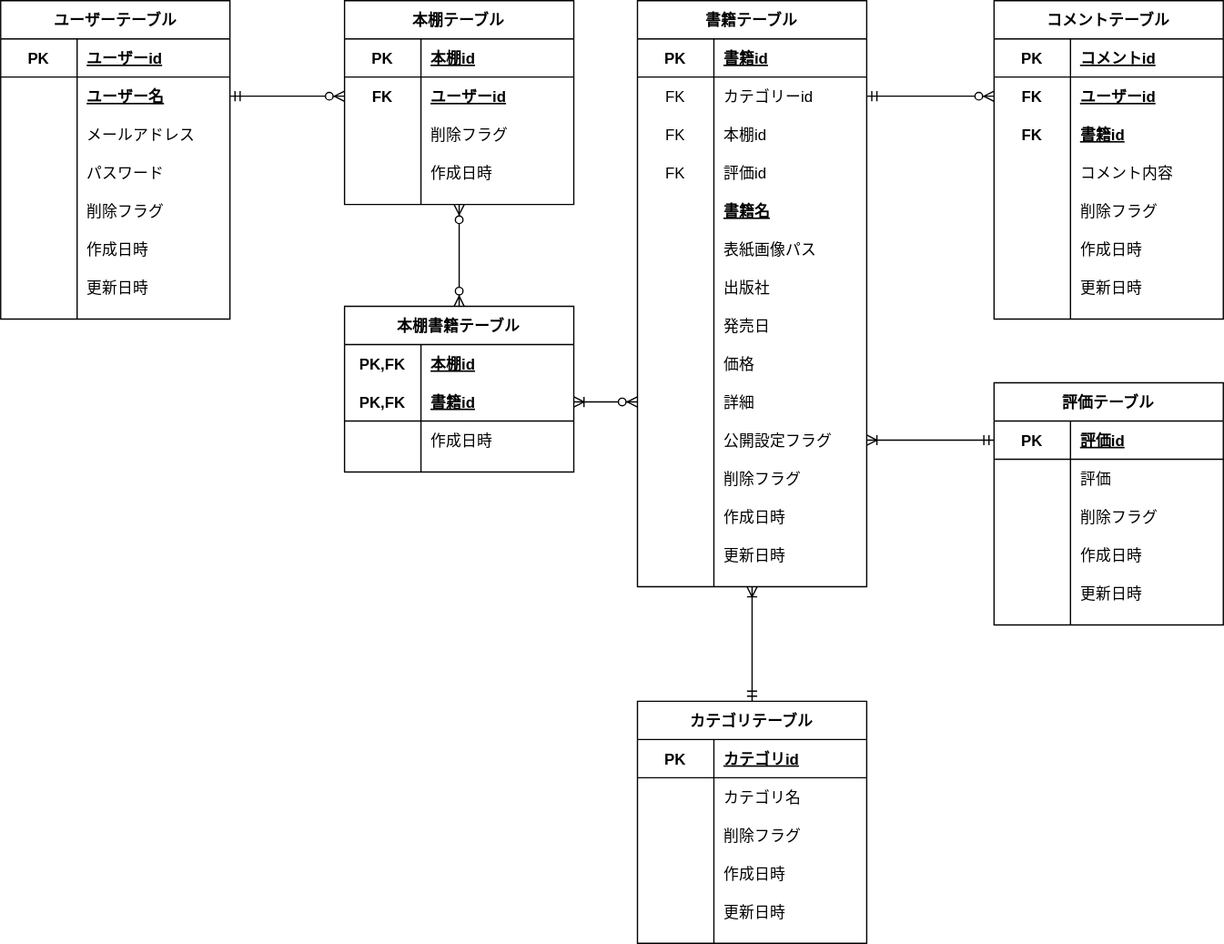
Before: ERdiagram.drawio.svg, a diagram exported from draw.io (takumi98/EngineerBookshelf). Source tidied: cells renumbered, new cells last; positions are measured from the earlier drawing's top-left corner, leaving out a move shared by most shapes.
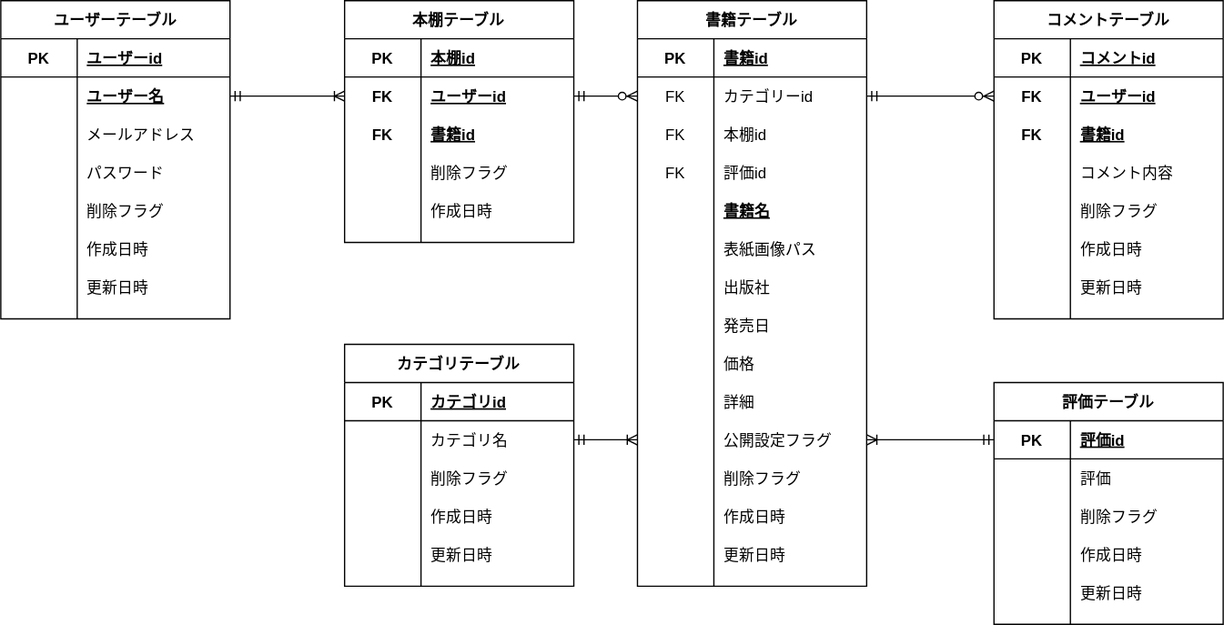
After the change.

Commit message:
[update]本棚書籍テーブルを削除

What changed in the source:
```diff
@@ -264,7 +264,7 @@
       <mxGeometry x="60" width="120" height="30" as="geometry" />
     </mxCell>
     <mxCell id="89" value="カテゴリテーブル" style="shape=table;startSize=30;rowLines=0;fontStyle=1;align=center;" parent="1" vertex="1">
-      <mxGeometry x="500" y="550" width="180" height="190" as="geometry" />
+      <mxGeometry x="270" y="270" width="180" height="190" as="geometry" />
     </mxCell>
     <mxCell id="90" style="shape=partialRectangle;fillColor=none;top=0;left=0;bottom=0;right=0;" parent="89" vertex="1">
       <mxGeometry y="30" width="180" height="30" as="geometry" />
@@ -316,14 +316,11 @@
         <mxPoint x="780" y="75" as="sourcePoint" />
       </mxGeometry>
     </mxCell>
-    <mxCell id="106" style="edgeStyle=orthogonalEdgeStyle;rounded=0;jettySize=auto;html=1;exitX=0.5;exitY=0;exitDx=0;exitDy=0;entryX=0.5;entryY=1;entryDx=0;entryDy=0;startArrow=ERmandOne;startFill=0;endArrow=ERoneToMany;endFill=0;" parent="1" edge="1" source="89" target="24">
+    <mxCell id="106" style="edgeStyle=orthogonalEdgeStyle;rounded=0;jettySize=auto;html=1;exitX=1;exitY=0.5;exitDx=0;exitDy=0;entryX=0;entryY=0.5;entryDx=0;entryDy=0;startArrow=ERmandOne;startFill=0;endArrow=ERoneToMany;endFill=0;" parent="1" edge="1" source="93" target="55">
       <mxGeometry relative="1" as="geometry" />
     </mxCell>
-    <mxCell id="107" style="edgeStyle=orthogonalEdgeStyle;rounded=0;jettySize=auto;html=1;exitX=0.5;exitY=1;exitDx=0;exitDy=0;startArrow=ERzeroToMany;startFill=1;endArrow=ERzeroToMany;endFill=1;" parent="1" edge="1" source="108" target="139">
-      <mxGeometry relative="1" as="geometry" />
-    </mxCell>
     <mxCell id="108" value="本棚テーブル" style="shape=table;startSize=30;rowLines=0;fontStyle=1;align=center;" parent="1" vertex="1">
-      <mxGeometry x="270" width="180" height="160" as="geometry" />
+      <mxGeometry x="270" width="180" height="190" as="geometry" />
     </mxCell>
     <mxCell id="109" style="shape=partialRectangle;fillColor=none;top=0;left=0;bottom=1;right=0;" parent="108" vertex="1">
       <mxGeometry y="30" width="180" height="30" as="geometry" />
@@ -343,8 +340,17 @@
     <mxCell id="114" value="ユーザーid" style="shape=partialRectangle;fillColor=none;top=0;left=0;bottom=0;right=0;align=left;spacingLeft=6;fontStyle=5;overflow=hidden;" parent="112" vertex="1">
       <mxGeometry x="60" width="120" height="30" as="geometry" />
     </mxCell>
+    <mxCell id="146" style="shape=partialRectangle;fillColor=none;top=0;left=0;bottom=0;right=0;" parent="108" vertex="1">
+      <mxGeometry y="90" width="180" height="30" as="geometry" />
+    </mxCell>
+    <mxCell id="150" value="FK" style="shape=partialRectangle;fillColor=none;top=0;left=0;bottom=0;right=0;fontStyle=1;overflow=hidden;" parent="146" vertex="1">
+      <mxGeometry width="60" height="30" as="geometry" />
+    </mxCell>
+    <mxCell id="145" value="書籍id" style="shape=partialRectangle;fillColor=none;top=0;left=0;bottom=0;right=0;align=left;spacingLeft=6;fontStyle=5;overflow=hidden;" parent="146" vertex="1">
+      <mxGeometry x="60" width="120" height="30" as="geometry" />
+    </mxCell>
     <mxCell id="115" style="shape=partialRectangle;fillColor=none;top=0;left=0;bottom=0;right=0;" parent="108" vertex="1">
-      <mxGeometry y="90" width="180" height="30" as="geometry" />
+      <mxGeometry y="120" width="180" height="30" as="geometry" />
     </mxCell>
     <mxCell id="116" style="shape=partialRectangle;fillColor=none;top=0;left=0;bottom=0;right=0;overflow=hidden;" parent="115" vertex="1">
       <mxGeometry width="60" height="30" as="geometry" />
@@ -353,7 +359,7 @@
       <mxGeometry x="60" width="120" height="30" as="geometry" />
     </mxCell>
     <mxCell id="118" style="shape=partialRectangle;fillColor=none;top=0;left=0;bottom=0;right=0;" parent="108" vertex="1">
-      <mxGeometry y="120" width="180" height="30" as="geometry" />
+      <mxGeometry y="150" width="180" height="30" as="geometry" />
     </mxCell>
     <mxCell id="119" style="shape=partialRectangle;fillColor=none;top=0;left=0;bottom=0;right=0;overflow=hidden;" parent="118" vertex="1">
       <mxGeometry width="60" height="30" as="geometry" />
@@ -412,43 +418,15 @@
     <mxCell id="137" style="edgeStyle=orthogonalEdgeStyle;rounded=0;jettySize=auto;html=1;exitX=0;exitY=0.5;exitDx=0;exitDy=0;startArrow=ERmandOne;startFill=0;endArrow=ERoneToMany;endFill=0;entryX=1;entryY=0.5;entryDx=0;entryDy=0;" parent="1" edge="1" source="122" target="55">
       <mxGeometry relative="1" as="geometry" />
     </mxCell>
-    <mxCell id="138" style="edgeStyle=orthogonalEdgeStyle;rounded=0;jettySize=auto;html=1;exitX=0;exitY=0.5;exitDx=0;exitDy=0;entryX=1;entryY=0.5;entryDx=0;entryDy=0;startArrow=ERzeroToMany;startFill=1;endArrow=ERmandOne;endFill=0;" parent="1" edge="1" source="112">
+    <mxCell id="138" style="edgeStyle=orthogonalEdgeStyle;rounded=0;jettySize=auto;html=1;exitX=0;exitY=0.5;exitDx=0;exitDy=0;entryX=1;entryY=0.5;entryDx=0;entryDy=0;startArrow=ERoneToMany;startFill=0;endArrow=ERmandOne;endFill=0;" parent="1" edge="1" source="112">
       <mxGeometry relative="1" as="geometry">
         <mxPoint x="180" y="75" as="targetPoint" />
       </mxGeometry>
     </mxCell>
-    <mxCell id="139" value="本棚書籍テーブル" style="shape=table;startSize=30;rowLines=0;fontStyle=1;align=center;" parent="1" vertex="1">
-      <mxGeometry x="270" y="240" width="180" height="130" as="geometry" />
-    </mxCell>
-    <mxCell id="140" style="shape=partialRectangle;fillColor=none;top=0;left=0;bottom=0;right=0;" parent="139" vertex="1">
-      <mxGeometry y="30" width="180" height="30" as="geometry" />
-    </mxCell>
-    <mxCell id="141" value="PK,FK" style="shape=partialRectangle;fillColor=none;top=0;left=0;bottom=0;right=0;fontStyle=1;overflow=hidden;" parent="140" vertex="1">
-      <mxGeometry width="60" height="30" as="geometry" />
-    </mxCell>
-    <mxCell id="142" value="本棚id" style="shape=partialRectangle;fillColor=none;top=0;left=0;bottom=0;right=0;align=left;spacingLeft=6;fontStyle=5;overflow=hidden;" parent="140" vertex="1">
-      <mxGeometry x="60" width="120" height="30" as="geometry" />
-    </mxCell>
-    <mxCell id="143" style="shape=partialRectangle;fillColor=none;top=0;left=0;bottom=1;right=0;points=[[0,0.5],[1,0.5]];portConstraint=eastwest;" parent="139" vertex="1">
-      <mxGeometry y="60" width="180" height="30" as="geometry" />
-    </mxCell>
-    <mxCell id="144" value="PK,FK" style="shape=partialRectangle;fillColor=none;top=0;left=0;bottom=0;right=0;fontStyle=1;overflow=hidden;" parent="143" vertex="1">
-      <mxGeometry width="60" height="30" as="geometry" />
-    </mxCell>
-    <mxCell id="145" value="書籍id" style="shape=partialRectangle;fillColor=none;top=0;left=0;bottom=0;right=0;align=left;spacingLeft=6;fontStyle=5;overflow=hidden;" parent="143" vertex="1">
-      <mxGeometry x="60" width="120" height="30" as="geometry" />
-    </mxCell>
-    <mxCell id="146" style="shape=partialRectangle;fillColor=none;top=0;left=0;bottom=0;right=0;" parent="139" vertex="1">
-      <mxGeometry y="90" width="180" height="30" as="geometry" />
-    </mxCell>
-    <mxCell id="147" style="shape=partialRectangle;fillColor=none;top=0;left=0;bottom=0;right=0;overflow=hidden;" parent="146" vertex="1">
-      <mxGeometry width="60" height="30" as="geometry" />
-    </mxCell>
-    <mxCell id="148" value="作成日時" style="shape=partialRectangle;fillColor=none;top=0;left=0;bottom=0;right=0;align=left;spacingLeft=6;overflow=hidden;" parent="146" vertex="1">
-      <mxGeometry x="60" width="120" height="30" as="geometry" />
-    </mxCell>
-    <mxCell id="149" style="edgeStyle=orthogonalEdgeStyle;rounded=0;jettySize=auto;html=1;exitX=1;exitY=0.5;exitDx=0;exitDy=0;entryX=0;entryY=0.5;entryDx=0;entryDy=0;startArrow=ERoneToMany;startFill=0;endArrow=ERzeroToMany;endFill=1;" parent="1" edge="1" source="143" target="52">
-      <mxGeometry relative="1" as="geometry" />
+    <mxCell id="149" style="edgeStyle=orthogonalEdgeStyle;rounded=0;jettySize=auto;html=1;startArrow=ERmandOne;startFill=0;endArrow=ERzeroToMany;endFill=1;" parent="1" edge="1" target="28">
+      <mxGeometry relative="1" as="geometry">
+        <mxPoint x="450" y="75" as="sourcePoint" />
+      </mxGeometry>
     </mxCell>
   </root>
 </mxGraphModel>
```
